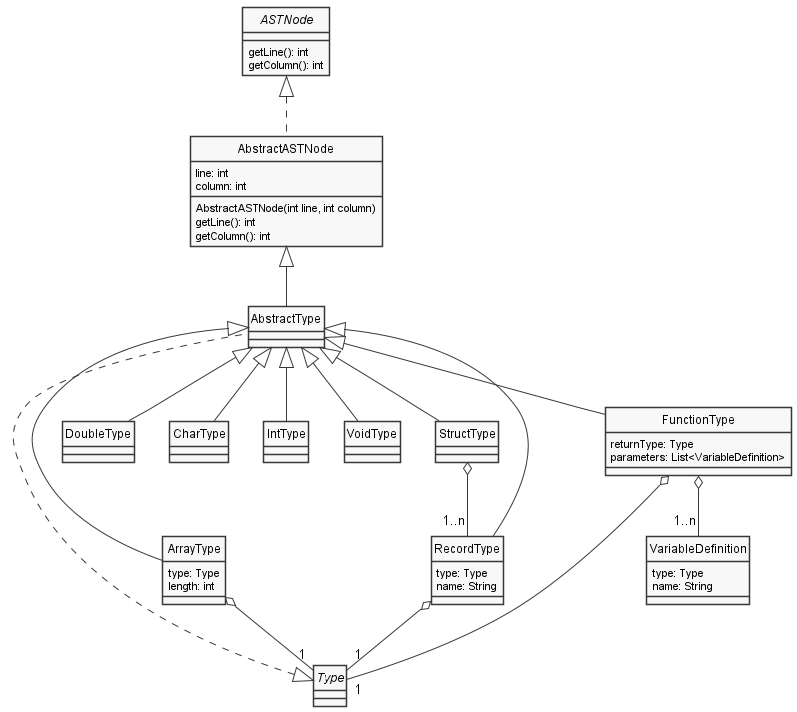
Above: docs/diagrams/Types.png in Diecaal/Elixir-Compiler (PlantUML), before the change.
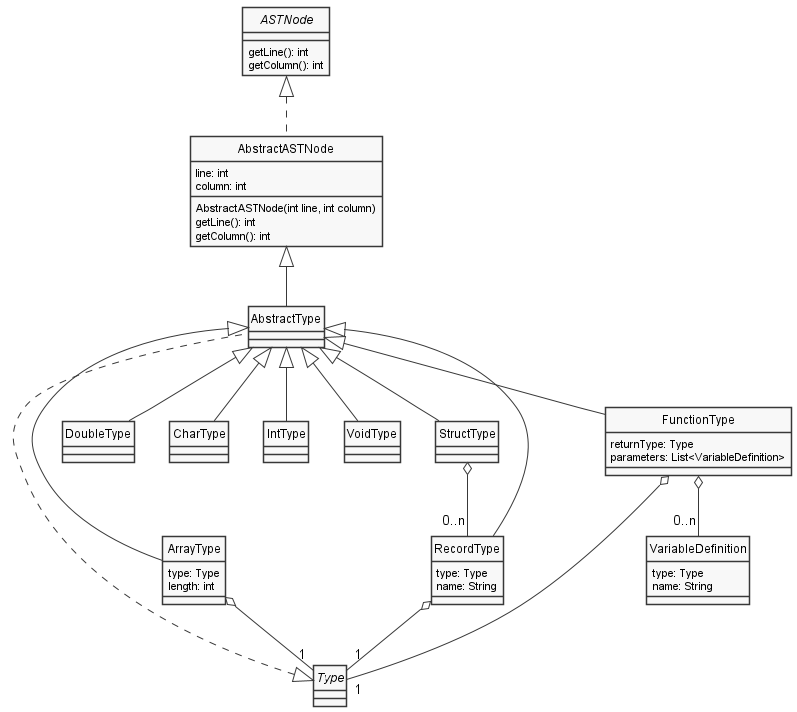
After the change.

What changed in the source:
```diff
@@ -80,6 +80,6 @@
 RecordType o-- "1" Type
 FunctionType o-- "1" Type
 
-StructType o-- "1..n" RecordType
-FunctionType o-- "1..n" VariableDefinition
+StructType o-- "0..n" RecordType
+FunctionType o-- "0..n" VariableDefinition
 @enduml
```
